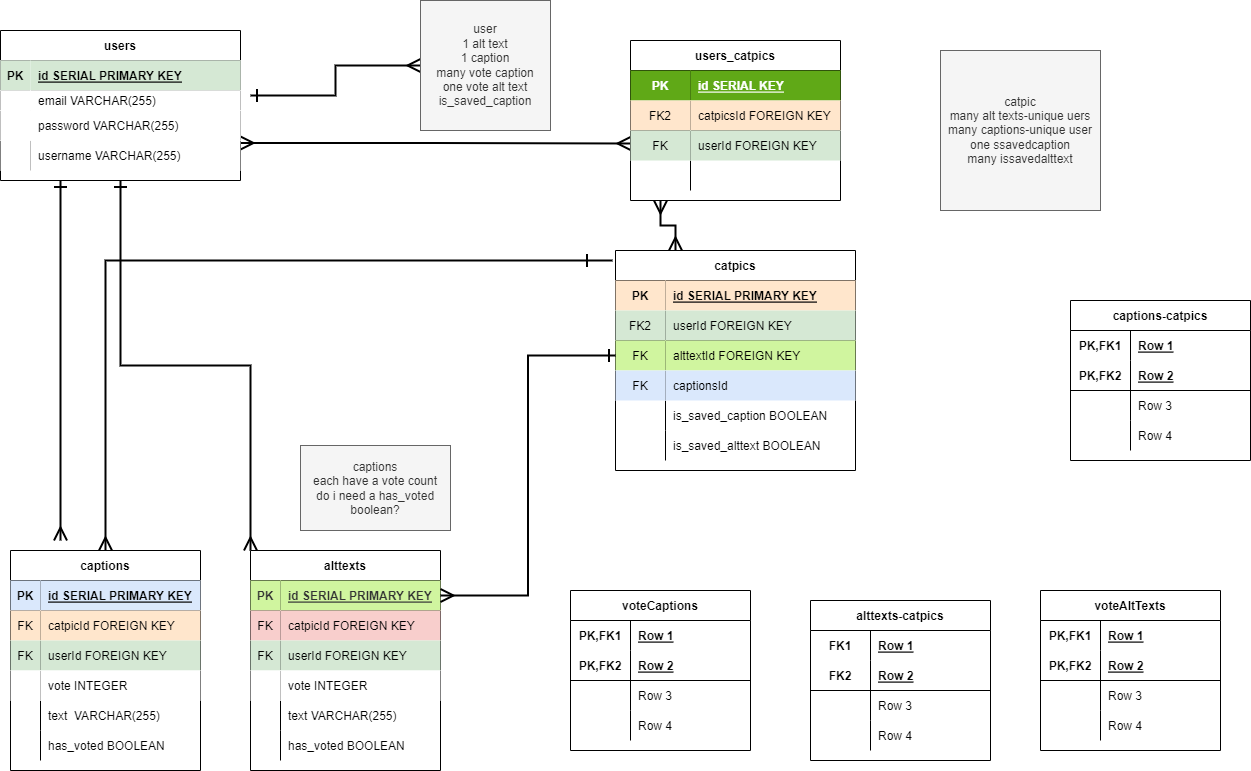
Above: ERD.drawio.png in kokopuffz/Project2 (draw.io), before the change. Source tidied: cells renumbered, new cells last; positions are measured from the earlier drawing's top-left corner, leaving out a move shared by most shapes.
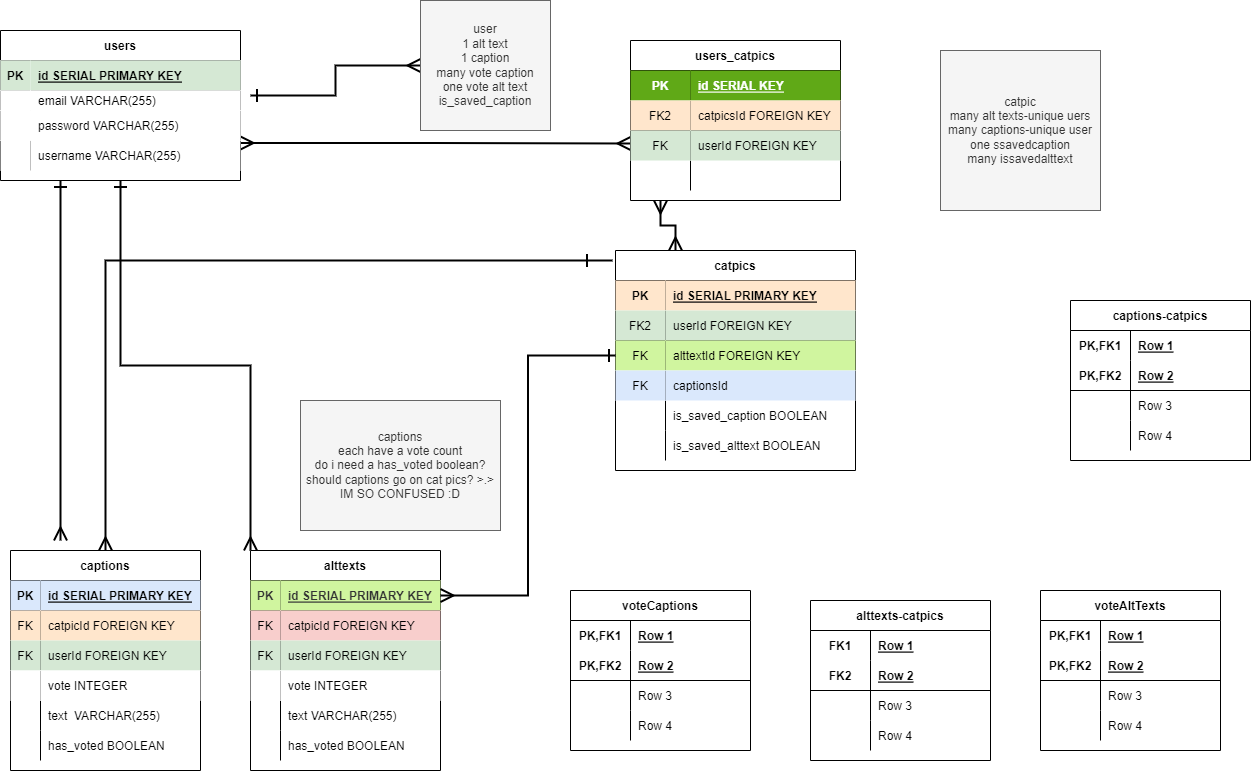
The same diagram one commit later.

Diff of the diagram source:
```diff
@@ -457,8 +457,8 @@
     <mxCell id="145" style="edgeStyle=orthogonalEdgeStyle;rounded=0;jettySize=auto;html=1;entryX=1;entryY=0.5;entryDx=0;entryDy=0;startArrow=ERone;startFill=0;endArrow=ERmany;endFill=0;startSize=10;endSize=10;strokeColor=#000000;strokeWidth=2;exitX=0;exitY=0.5;exitDx=0;exitDy=0;" parent="1" edge="1" source="91" target="39">
       <mxGeometry relative="1" as="geometry" />
     </mxCell>
-    <mxCell id="146" value="captions&lt;br&gt;each have a vote count&lt;br&gt;do i need a has_voted boolean?" style="rounded=0;whiteSpace=wrap;html=1;fillColor=#f5f5f5;fontColor=#333333;strokeColor=#666666;" parent="1" vertex="1">
-      <mxGeometry x="300" y="445" width="150" height="85" as="geometry" />
+    <mxCell id="146" value="captions&lt;br&gt;each have a vote count&lt;br&gt;do i need a has_voted boolean? should captions go on cat pics? &amp;gt;.&amp;gt; IM SO CONFUSED :D" style="rounded=0;whiteSpace=wrap;html=1;fillColor=#f5f5f5;fontColor=#333333;strokeColor=#666666;" parent="1" vertex="1">
+      <mxGeometry x="300" y="400" width="200" height="130" as="geometry" />
     </mxCell>
   </root>
 </mxGraphModel>
```
